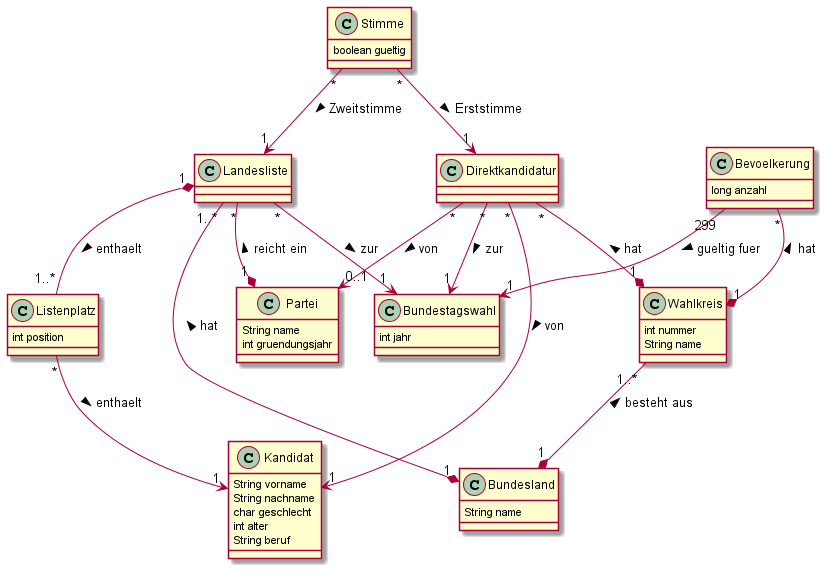
Toemmsche/database-systems-project-mirror keeps this PlantUML diagram as Blatt1/Entwurf.png. Above is the earlier version.
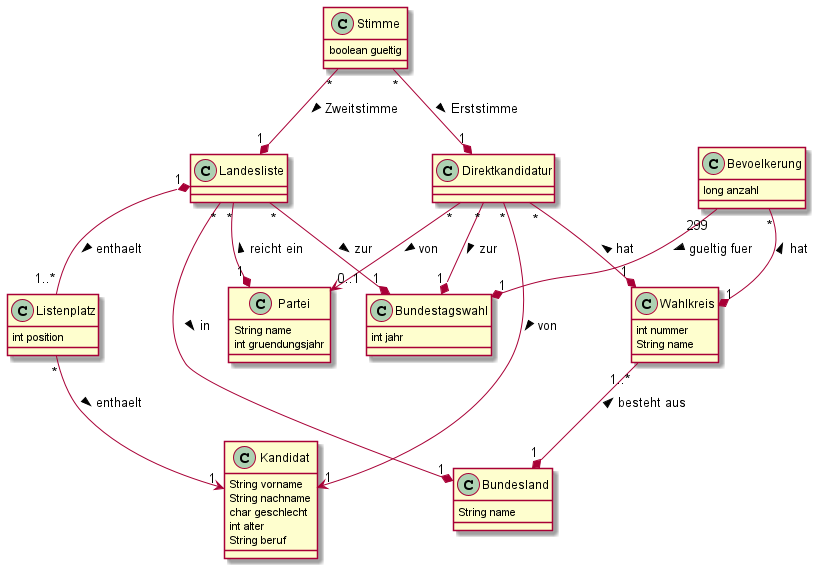
Above is the later version.

Commit message:
turn various associations into compositions

The edit, as a diff of the source:
```diff
@@ -44,9 +44,9 @@
 class Direktkandidatur {
 }
 
-Landesliste "1..*" --* "1" Bundesland : < hat
+Landesliste "*" --* "1" Bundesland : in >
 Landesliste "*" --* "1" Partei : < reicht ein
-Landesliste "*" --> "1" Bundestagswahl: zur >
+Landesliste "*" --* "1" Bundestagswahl: zur >
 
 Landesliste "1" *-- "1..*" Listenplatz : enthaelt >
 Listenplatz "*" --> "1" Kandidat : enthaelt >
@@ -54,13 +54,13 @@
 Wahlkreis "1..*" --* "1" Bundesland : besteht aus <
 
 Bevoelkerung "*" --* "1" Wahlkreis : < hat
-Bevoelkerung "299" --> "1" Bundestagswahl: gueltig fuer >
+Bevoelkerung "299" --* "1" Bundestagswahl: gueltig fuer >
 
 Direktkandidatur "*" --> "1" Kandidat : von >
 Direktkandidatur "*" --* "1" Wahlkreis : < hat
 Direktkandidatur "*" --> "0..1" Partei : von >
-Direktkandidatur "*" --> "1" Bundestagswahl: zur >
+Direktkandidatur "*" --* "1" Bundestagswahl: zur >
 
-Stimme "*" --> "1" Direktkandidatur : Erststimme >
-Stimme "*" --> "1" Landesliste : Zweitstimme >
+Stimme "*" --* "1" Direktkandidatur : Erststimme >
+Stimme "*" --* "1" Landesliste : Zweitstimme >
 @enduml
```
